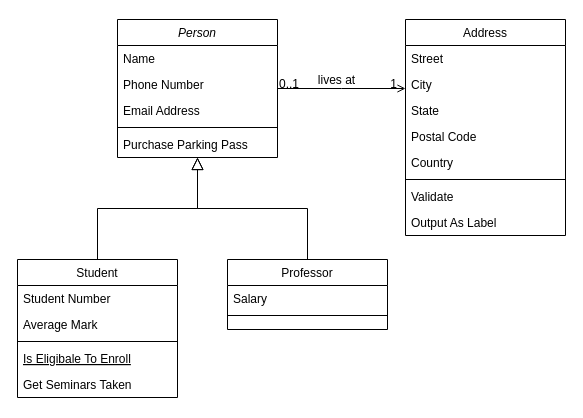
This is projet-2eme-session/Untitled Diagram.drawio from Swithan/java-2eme-session, a draw.io file, before an edit. Source tidied: cells renumbered, new cells numbered last; positions are measured from the earlier drawing's top-left corner, leaving out a move shared by most shapes. Both pictures are drawn from the tidied source at 100%, with x=0, y=0 at pixel (17, 19).
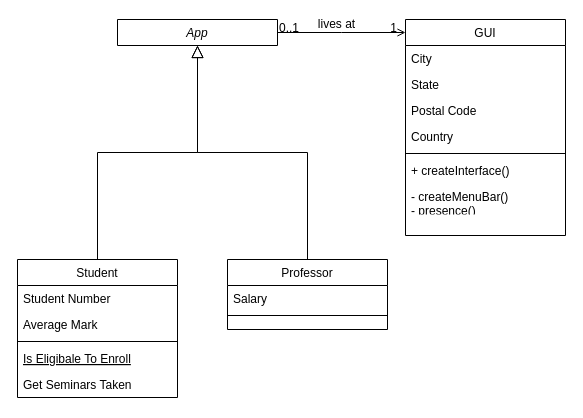
The same diagram, later.

Diff of the diagram source:
```diff
@@
-    <mxCell id="2" value="Person" style="swimlane;fontStyle=2;align=center;verticalAlign=top;horizontal=1;startSize=26;rounded=0;shadow=0;strokeWidth=1;" parent="1" vertex="1">
-      <mxGeometry x="100" width="160" height="138" as="geometry" />
+    <mxCell id="2" value="App" style="swimlane;fontStyle=2;align=center;verticalAlign=top;horizontal=1;startSize=26;rounded=0;shadow=0;strokeWidth=1;" parent="1" vertex="1" collapsed="1">
+      <mxGeometry x="100" width="160" height="26" as="geometry" />
     </mxCell>
-    <mxCell id="3" value="Name" style="text;align=left;verticalAlign=top;spacingLeft=4;spacingRight=4;overflow=hidden;" parent="2" vertex="1">
-      <mxGeometry y="26" width="160" height="26" as="geometry" />
-    </mxCell>
-    <mxCell id="4" value="Phone Number" style="text;align=left;verticalAlign=top;spacingLeft=4;spacingRight=4;overflow=hidden;rounded=0;shadow=0;html=0;" parent="2" vertex="1">
-      <mxGeometry y="52" width="160" height="26" as="geometry" />
-    </mxCell>
-    <mxCell id="5" value="Email Address" style="text;align=left;verticalAlign=top;spacingLeft=4;spacingRight=4;overflow=hidden;rounded=0;shadow=0;html=0;" parent="2" vertex="1">
-      <mxGeometry y="78" width="160" height="26" as="geometry" />
-    </mxCell>
-    <mxCell id="6" style="line;html=1;strokeWidth=1;align=left;verticalAlign=middle;spacingTop=-1;spacingLeft=3;spacingRight=3;labelPosition=right;" parent="2" vertex="1">
-      <mxGeometry y="104" width="160" height="8" as="geometry" />
-    </mxCell>
-    <mxCell id="7" value="Purchase Parking Pass" style="text;align=left;verticalAlign=top;spacingLeft=4;spacingRight=4;overflow=hidden;" parent="2" vertex="1">
-      <mxGeometry y="112" width="160" height="26" as="geometry" />
-    </mxCell>
@@
-    <mxCell id="19" value="Address" style="swimlane;fontStyle=0;align=center;verticalAlign=top;horizontal=1;startSize=26;rounded=0;shadow=0;strokeWidth=1;" parent="1" vertex="1">
+    <mxCell id="19" value="GUI" style="swimlane;fontStyle=0;align=center;verticalAlign=top;horizontal=1;startSize=26;rounded=0;shadow=0;strokeWidth=1;" parent="1" vertex="1">
       <mxGeometry x="388" width="160" height="216" as="geometry" />
     </mxCell>
-    <mxCell id="20" value="Street" style="text;align=left;verticalAlign=top;spacingLeft=4;spacingRight=4;overflow=hidden;" parent="19" vertex="1">
-      <mxGeometry y="26" width="160" height="26" as="geometry" />
-    </mxCell>
     <mxCell id="21" value="City" style="text;align=left;verticalAlign=top;spacingLeft=4;spacingRight=4;overflow=hidden;rounded=0;shadow=0;html=0;" parent="19" vertex="1">
-      <mxGeometry y="52" width="160" height="26" as="geometry" />
+      <mxGeometry y="26" width="160" height="26" as="geometry" />
     </mxCell>
     <mxCell id="22" value="State" style="text;align=left;verticalAlign=top;spacingLeft=4;spacingRight=4;overflow=hidden;rounded=0;shadow=0;html=0;" parent="19" vertex="1">
-      <mxGeometry y="78" width="160" height="26" as="geometry" />
+      <mxGeometry y="52" width="160" height="26" as="geometry" />
     </mxCell>
     <mxCell id="23" value="Postal Code" style="text;align=left;verticalAlign=top;spacingLeft=4;spacingRight=4;overflow=hidden;rounded=0;shadow=0;html=0;" parent="19" vertex="1">
-      <mxGeometry y="104" width="160" height="26" as="geometry" />
+      <mxGeometry y="78" width="160" height="26" as="geometry" />
     </mxCell>
     <mxCell id="24" value="Country" style="text;align=left;verticalAlign=top;spacingLeft=4;spacingRight=4;overflow=hidden;rounded=0;shadow=0;html=0;" parent="19" vertex="1">
-      <mxGeometry y="130" width="160" height="26" as="geometry" />
+      <mxGeometry y="104" width="160" height="26" as="geometry" />
     </mxCell>
     <mxCell id="25" style="line;html=1;strokeWidth=1;align=left;verticalAlign=middle;spacingTop=-1;spacingLeft=3;spacingRight=3;labelPosition=right;" parent="19" vertex="1">
-      <mxGeometry y="156" width="160" height="8" as="geometry" />
+      <mxGeometry y="130" width="160" height="8" as="geometry" />
     </mxCell>
-    <mxCell id="26" value="Validate" style="text;align=left;verticalAlign=top;spacingLeft=4;spacingRight=4;overflow=hidden;" parent="19" vertex="1">
-      <mxGeometry y="164" width="160" height="26" as="geometry" />
+    <mxCell id="26" value="+ createInterface()" style="text;align=left;verticalAlign=top;spacingLeft=4;spacingRight=4;overflow=hidden;" parent="19" vertex="1">
+      <mxGeometry y="138" width="160" height="26" as="geometry" />
     </mxCell>
-    <mxCell id="27" value="Output As Label" style="text;align=left;verticalAlign=top;spacingLeft=4;spacingRight=4;overflow=hidden;" parent="19" vertex="1">
-      <mxGeometry y="190" width="160" height="26" as="geometry" />
+    <mxCell id="27" value="- createMenuBar()&#10;- presence()" style="text;align=left;verticalAlign=top;spacingLeft=4;spacingRight=4;overflow=hidden;" parent="19" vertex="1">
+      <mxGeometry y="164" width="160" height="26" as="geometry" />
     </mxCell>
```
